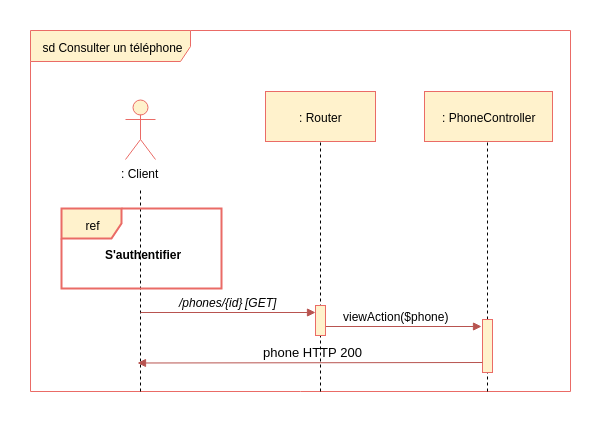
Earlier version of the draw.io export api/Diagrammes/Consulter_un_telephone.png (Thibok/Bilemo). Source tidied: cells renumbered, new cells last; positions are measured from the earlier drawing's top-left corner, leaving out a move shared by most shapes. Source of this version:
```xml
<mxGraphModel background="#ffffff">
  <root>
    <mxCell id="0" />
    <mxCell id="1" parent="0" />
    <mxCell id="2" value="sd Consulter un téléphone" style="shape=umlFrame;whiteSpace=wrap;html=1;width=160;height=31;fillColor=#fff2cc;strokeColor=#EA6B66;" parent="1" vertex="1">
      <mxGeometry width="540" height="361" as="geometry" />
    </mxCell>
    <mxCell id="3" style="endArrow=none;dashed=1;html=1;entryX=0.5;entryY=1;exitX=0.276;exitY=1.003;exitPerimeter=0;" parent="1" edge="1">
      <mxGeometry relative="1" as="geometry">
        <mxPoint x="457" y="361" as="sourcePoint" />
        <mxPoint x="457" y="104" as="targetPoint" />
      </mxGeometry>
    </mxCell>
    <mxCell id="4" style="html=1;perimeter=orthogonalPerimeter;fillColor=#fff2cc;strokeColor=#EA6B66;" parent="1" vertex="1">
      <mxGeometry x="452" y="289" width="10" height="53" as="geometry" />
    </mxCell>
    <mxCell id="5" value=": Client" style="shape=umlActor;verticalLabelPosition=bottom;labelBackgroundColor=#ffffff;verticalAlign=top;html=1;fillColor=#fff2cc;strokeColor=#EA6B66;" parent="1" vertex="1">
      <mxGeometry x="95" y="69" width="30" height="60" as="geometry" />
    </mxCell>
    <mxCell id="6" style="endArrow=none;dashed=1;html=1;" parent="1" edge="1">
      <mxGeometry relative="1" as="geometry">
        <mxPoint x="110" y="361" as="sourcePoint" />
        <mxPoint x="110" y="158" as="targetPoint" />
      </mxGeometry>
    </mxCell>
    <mxCell id="7" style="endArrow=none;dashed=1;html=1;entryX=0.5;entryY=1;" parent="1" edge="1">
      <mxGeometry relative="1" as="geometry">
        <mxPoint x="290" y="361" as="sourcePoint" />
        <mxPoint x="290" y="103.8" as="targetPoint" />
      </mxGeometry>
    </mxCell>
    <mxCell id="8" value="/phones/{id}" style="text;html=1;align=left;verticalAlign=top;spacingTop=-4;fontStyle=2;" parent="1" vertex="1">
      <mxGeometry x="147" y="263" width="80" height="10" as="geometry" />
    </mxCell>
    <mxCell id="9" value="viewAction($phone)" style="text;html=1;align=left;verticalAlign=top;spacingTop=-4;" parent="1" vertex="1">
      <mxGeometry x="311" y="277" width="120" height="10" as="geometry" />
    </mxCell>
    <mxCell id="10" style="endArrow=block;html=1;endFill=1;fillColor=#f8cecc;strokeColor=#b85450;" parent="1" edge="1">
      <mxGeometry relative="1" as="geometry">
        <mxPoint x="290" y="296" as="sourcePoint" />
        <mxPoint x="451" y="296" as="targetPoint" />
      </mxGeometry>
    </mxCell>
    <mxCell id="11" style="html=1;perimeter=orthogonalPerimeter;fillColor=#fff2cc;strokeColor=#EA6B66;" parent="1" vertex="1">
      <mxGeometry x="285" y="275" width="10" height="30" as="geometry" />
    </mxCell>
    <mxCell id="12" style="endArrow=block;html=1;endFill=1;fillColor=#f8cecc;strokeColor=#b85450;entryX=0.5;entryY=0.24;entryPerimeter=0;" parent="1" edge="1">
      <mxGeometry relative="1" as="geometry">
        <mxPoint x="110" y="282" as="sourcePoint" />
        <mxPoint x="285" y="282" as="targetPoint" />
      </mxGeometry>
    </mxCell>
    <mxCell id="13" value="ref" style="shape=umlFrame;whiteSpace=wrap;html=1;fillColor=#fff2cc;strokeColor=#EA6B66;strokeWidth=2;" parent="1" vertex="1">
      <mxGeometry x="31" y="178" width="160" height="80" as="geometry" />
    </mxCell>
    <mxCell id="14" value="S'authentifier" style="text;html=1;align=left;verticalAlign=top;spacingTop=-4;fontStyle=1;" parent="1" vertex="1">
      <mxGeometry x="73" y="215" width="90" height="20" as="geometry" />
    </mxCell>
    <mxCell id="15" value="[GET]" style="text;html=1;align=left;verticalAlign=top;spacingTop=-4;fontStyle=2;" parent="1" vertex="1">
      <mxGeometry x="213" y="263" width="50" height="10" as="geometry" />
    </mxCell>
    <mxCell id="16" value=": Router" style="html=1;fillColor=#fff2cc;strokeColor=#EA6B66;" parent="1" vertex="1">
      <mxGeometry x="235" y="61" width="110" height="50" as="geometry" />
    </mxCell>
    <mxCell id="17" value=": PhoneController" style="html=1;fillColor=#fff2cc;strokeColor=#EA6B66;" parent="1" vertex="1">
      <mxGeometry x="394" y="61" width="128" height="50" as="geometry" />
    </mxCell>
    <mxCell id="18" style="endArrow=block;html=1;endFill=1;fillColor=#f8cecc;strokeColor=#b85450;" parent="1" edge="1">
      <mxGeometry relative="1" as="geometry">
        <mxPoint x="452" y="332" as="sourcePoint" />
        <mxPoint x="107" y="332.5" as="targetPoint" />
      </mxGeometry>
    </mxCell>
    <mxCell id="19" value="&lt;font color=&quot;#000000&quot;&gt;phone HTTP 200&lt;/font&gt;" style="text;html=1;align=left;verticalAlign=top;spacingTop=-4;fontSize=13;fontColor=#007FFF;" parent="1" vertex="1">
      <mxGeometry x="230.5" y="312" width="110" height="20" as="geometry" />
    </mxCell>
  </root>
</mxGraphModel>
```
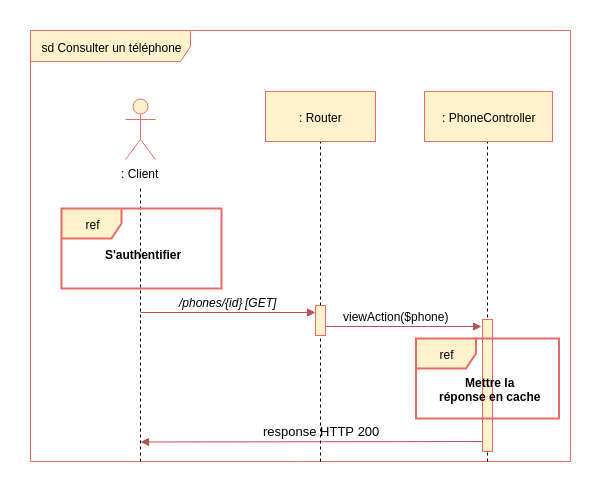
The same diagram one commit later.

The edit, as a diff of the source:
```diff
@@ -2,30 +2,36 @@
   <root>
     <mxCell id="0" />
     <mxCell id="1" parent="0" />
+    <mxCell id="18" style="endArrow=block;html=1;endFill=1;fillColor=#f8cecc;strokeColor=#b85450;" parent="1" edge="1">
+      <mxGeometry relative="1" as="geometry">
+        <mxPoint x="455" y="411" as="sourcePoint" />
+        <mxPoint x="110" y="411.5" as="targetPoint" />
+      </mxGeometry>
+    </mxCell>
     <mxCell id="2" value="sd Consulter un téléphone" style="shape=umlFrame;whiteSpace=wrap;html=1;width=160;height=31;fillColor=#fff2cc;strokeColor=#EA6B66;" parent="1" vertex="1">
-      <mxGeometry width="540" height="361" as="geometry" />
+      <mxGeometry width="540" height="431" as="geometry" />
     </mxCell>
     <mxCell id="3" style="endArrow=none;dashed=1;html=1;entryX=0.5;entryY=1;exitX=0.276;exitY=1.003;exitPerimeter=0;" parent="1" edge="1">
       <mxGeometry relative="1" as="geometry">
-        <mxPoint x="457" y="361" as="sourcePoint" />
+        <mxPoint x="457" y="431" as="sourcePoint" />
         <mxPoint x="457" y="104" as="targetPoint" />
       </mxGeometry>
     </mxCell>
     <mxCell id="4" style="html=1;perimeter=orthogonalPerimeter;fillColor=#fff2cc;strokeColor=#EA6B66;" parent="1" vertex="1">
-      <mxGeometry x="452" y="289" width="10" height="53" as="geometry" />
+      <mxGeometry x="452" y="289" width="10" height="132" as="geometry" />
     </mxCell>
     <mxCell id="5" value=": Client" style="shape=umlActor;verticalLabelPosition=bottom;labelBackgroundColor=#ffffff;verticalAlign=top;html=1;fillColor=#fff2cc;strokeColor=#EA6B66;" parent="1" vertex="1">
       <mxGeometry x="95" y="69" width="30" height="60" as="geometry" />
     </mxCell>
     <mxCell id="6" style="endArrow=none;dashed=1;html=1;" parent="1" edge="1">
       <mxGeometry relative="1" as="geometry">
-        <mxPoint x="110" y="361" as="sourcePoint" />
+        <mxPoint x="110" y="431" as="sourcePoint" />
         <mxPoint x="110" y="158" as="targetPoint" />
       </mxGeometry>
     </mxCell>
     <mxCell id="7" style="endArrow=none;dashed=1;html=1;entryX=0.5;entryY=1;" parent="1" edge="1">
       <mxGeometry relative="1" as="geometry">
-        <mxPoint x="290" y="361" as="sourcePoint" />
+        <mxPoint x="290" y="431" as="sourcePoint" />
         <mxPoint x="290" y="103.8" as="targetPoint" />
       </mxGeometry>
     </mxCell>
@@ -65,14 +71,14 @@
     <mxCell id="17" value=": PhoneController" style="html=1;fillColor=#fff2cc;strokeColor=#EA6B66;" parent="1" vertex="1">
       <mxGeometry x="394" y="61" width="128" height="50" as="geometry" />
     </mxCell>
-    <mxCell id="18" style="endArrow=block;html=1;endFill=1;fillColor=#f8cecc;strokeColor=#b85450;" parent="1" edge="1">
-      <mxGeometry relative="1" as="geometry">
-        <mxPoint x="452" y="332" as="sourcePoint" />
-        <mxPoint x="107" y="332.5" as="targetPoint" />
-      </mxGeometry>
-    </mxCell>
-    <mxCell id="19" value="&lt;font color=&quot;#000000&quot;&gt;phone HTTP 200&lt;/font&gt;" style="text;html=1;align=left;verticalAlign=top;spacingTop=-4;fontSize=13;fontColor=#007FFF;" parent="1" vertex="1">
-      <mxGeometry x="230.5" y="312" width="110" height="20" as="geometry" />
+    <mxCell id="19" value="&lt;font color=&quot;#000000&quot;&gt;response HTTP 200&lt;/font&gt;" style="text;html=1;align=left;verticalAlign=top;spacingTop=-4;fontSize=13;fontColor=#007FFF;" parent="1" vertex="1">
+      <mxGeometry x="230.5" y="391" width="130" height="20" as="geometry" />
     </mxCell>
+    <mxCell id="20" value="ref" style="shape=umlFrame;whiteSpace=wrap;html=1;fillColor=#fff2cc;strokeColor=#EA6B66;strokeWidth=2;" parent="1" vertex="1">
+      <mxGeometry x="385.5" y="308" width="143" height="80" as="geometry" />
+    </mxCell>
+    <mxCell id="21" value="Mettre la&lt;br&gt;réponse en cache&lt;br&gt;" style="text;html=1;align=center;verticalAlign=top;spacingTop=-4;fontStyle=1;" parent="1" vertex="1">
+      <mxGeometry x="404.5" y="342.5" width="110" height="30" as="geometry" />
+    </mxCell>
   </root>
 </mxGraphModel>
```
